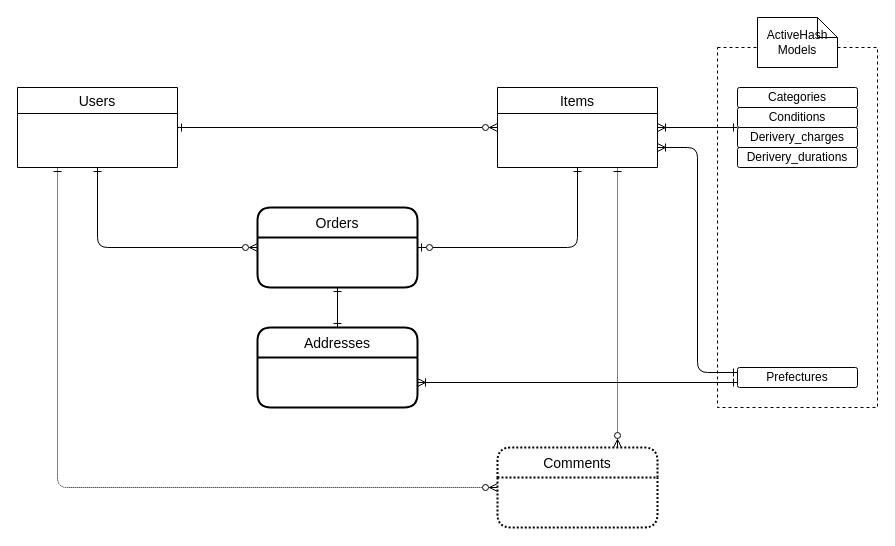
tkhstty/furima-38144 keeps this draw.io diagram as db_blueprint.dio. Above is the earlier version. Source tidied: cells renumbered, new cells numbered last; positions are measured from the earlier drawing's top-left corner, leaving out a move shared by most shapes. Both pictures are drawn from the tidied source at 100%, with x=0, y=0 at pixel (17, 17).
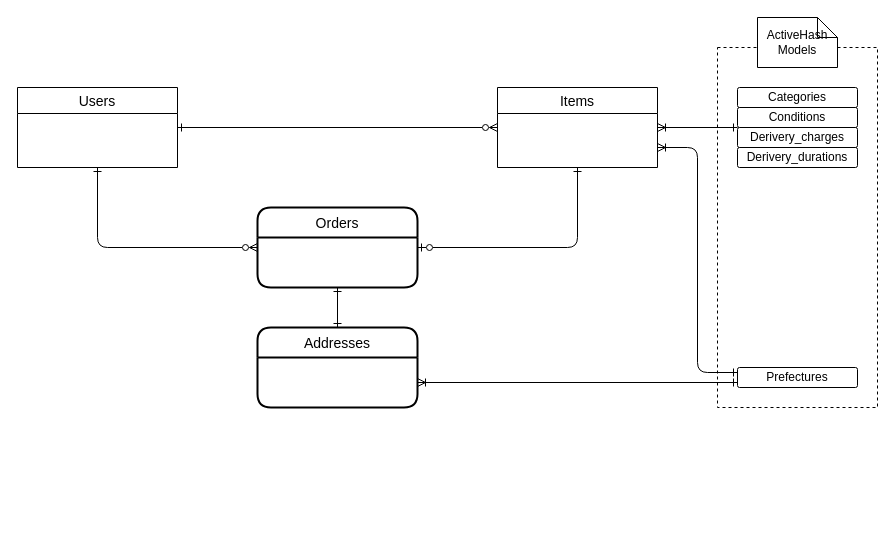
After the change.

Commit message (it also covers changes not shown here):
Commentsテーブルの削除、reference型の記述修正

- reference型の記述
  - 修正前）reference
  - 修正後）references

Unchanged cells that the change refers to:
```xml
<mxCell id="5" value="Items" style="swimlane;fontStyle=0;horizontal=1;startSize=26;align=center;fontSize=14;" parent="1" vertex="1">
  <mxGeometry x="480" y="70" width="160" height="80" as="geometry" />
</mxCell>
<mxCell id="8" value="Users" style="swimlane;fontStyle=0;horizontal=1;startSize=26;align=center;fontSize=14;" parent="1" vertex="1">
  <mxGeometry y="70" width="160" height="80" as="geometry" />
</mxCell>
```

Diff of the diagram source:
```diff
@@
-    <mxCell id="4" style="edgeStyle=none;html=1;exitX=0.75;exitY=1;exitDx=0;exitDy=0;entryX=0.75;entryY=0;entryDx=0;entryDy=0;startArrow=ERone;startFill=0;endArrow=ERzeroToMany;endFill=0;dashed=1;dashPattern=1 1;" parent="1" edge="1" source="5" target="22">
-      <mxGeometry relative="1" as="geometry" />
-    </mxCell>
@@
-    <mxCell id="7" style="edgeStyle=none;html=1;exitX=0.25;exitY=1;exitDx=0;exitDy=0;entryX=0;entryY=0.5;entryDx=0;entryDy=0;startArrow=ERone;startFill=0;endArrow=ERzeroToMany;endFill=0;dashed=1;dashPattern=1 1;" parent="1" edge="1" source="8" target="22">
-      <mxGeometry relative="1" as="geometry">
-        <Array as="points">
-          <mxPoint x="40" y="470" />
-        </Array>
-      </mxGeometry>
-    </mxCell>
@@
-    <mxCell id="22" value="Comments" style="swimlane;horizontal=1;startSize=30;rounded=1;fontSize=14;fontStyle=0;strokeWidth=2;shadow=0;dashed=1;align=center;fillColor=none;dashPattern=1 1;" parent="1" vertex="1">
-      <mxGeometry x="480" y="430" width="160" height="80" as="geometry" />
-    </mxCell>
```
